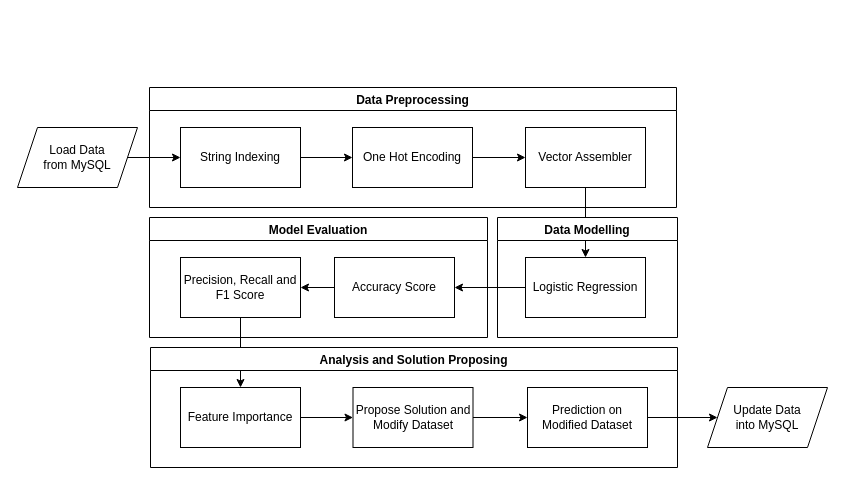
Above: PySpark Pipeline.drawio in onghengkiat/BigDataAssignment2 (draw.io), before the change. Source tidied: cells renumbered, new cells numbered last; positions are measured from the earlier drawing's top-left corner, leaving out a move shared by most shapes. Both pictures are drawn from the tidied source at 100%, with x=0, y=0 at pixel (17, 87).
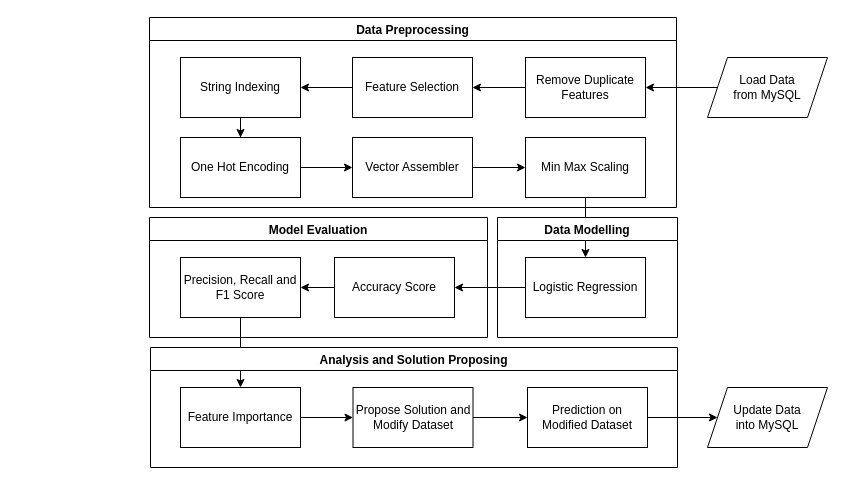
The same page after the edit.

The change refers to these unchanged cells:
```xml
<mxCell id="20" value="Logistic Regression" style="rounded=0;whiteSpace=wrap;html=1;" parent="19" vertex="1">
  <mxGeometry x="28" y="40" width="120" height="60" as="geometry" />
</mxCell>
```

What changed in the source:
```diff
@@
-    <mxCell id="2" style="edgeStyle=orthogonalEdgeStyle;rounded=0;jettySize=auto;html=1;" parent="1" edge="1" source="3" target="6">
-      <mxGeometry relative="1" as="geometry" />
-    </mxCell>
-    <mxCell id="3" value="Load Data&lt;br&gt;from MySQL" style="shape=parallelogram;perimeter=parallelogramPerimeter;whiteSpace=wrap;html=1;fixedSize=1;" parent="1" vertex="1">
-      <mxGeometry y="40" width="120" height="60" as="geometry" />
-    </mxCell>
+    <mxCell id="27" style="edgeStyle=orthogonalEdgeStyle;rounded=0;jettySize=auto;html=1;" parent="1" edge="1" source="29" target="20">
+      <mxGeometry relative="1" as="geometry" />
+    </mxCell>
@@
-    <mxCell id="5" style="edgeStyle=orthogonalEdgeStyle;rounded=0;jettySize=auto;html=1;" parent="1" edge="1" source="6" target="8">
-      <mxGeometry relative="1" as="geometry" />
-    </mxCell>
-    <mxCell id="6" value="String Indexing" style="rounded=0;whiteSpace=wrap;html=1;" parent="1" vertex="1">
-      <mxGeometry x="163" y="40" width="120" height="60" as="geometry" />
-    </mxCell>
-    <mxCell id="7" style="edgeStyle=orthogonalEdgeStyle;rounded=0;jettySize=auto;html=1;" parent="1" edge="1" source="8" target="10">
-      <mxGeometry relative="1" as="geometry" />
-    </mxCell>
-    <mxCell id="8" value="One Hot Encoding" style="rounded=0;whiteSpace=wrap;html=1;" parent="1" vertex="1">
-      <mxGeometry x="335" y="40" width="120" height="60" as="geometry" />
-    </mxCell>
-    <mxCell id="9" style="edgeStyle=orthogonalEdgeStyle;rounded=0;jettySize=auto;html=1;" parent="1" edge="1" source="10" target="20">
-      <mxGeometry relative="1" as="geometry" />
-    </mxCell>
-    <mxCell id="10" value="Vector Assembler" style="rounded=0;whiteSpace=wrap;html=1;" parent="1" vertex="1">
-      <mxGeometry x="508" y="40" width="120" height="60" as="geometry" />
-    </mxCell>
@@
     <mxCell id="18" value="Data Preprocessing" style="swimlane;" parent="1" vertex="1">
-      <mxGeometry x="132" width="527" height="120" as="geometry" />
+      <mxGeometry x="132" y="-70" width="527" height="190" as="geometry" />
     </mxCell>
+    <mxCell id="5" style="edgeStyle=orthogonalEdgeStyle;rounded=0;jettySize=auto;html=1;" parent="18" edge="1" source="6" target="8">
+      <mxGeometry relative="1" as="geometry" />
+    </mxCell>
+    <mxCell id="6" value="String Indexing" style="rounded=0;whiteSpace=wrap;html=1;" parent="18" vertex="1">
+      <mxGeometry x="31" y="40" width="120" height="60" as="geometry" />
+    </mxCell>
+    <mxCell id="7" style="edgeStyle=orthogonalEdgeStyle;rounded=0;jettySize=auto;html=1;" parent="18" edge="1" source="8" target="10">
+      <mxGeometry relative="1" as="geometry" />
+    </mxCell>
+    <mxCell id="8" value="One Hot Encoding" style="rounded=0;whiteSpace=wrap;html=1;" parent="18" vertex="1">
+      <mxGeometry x="31" y="120" width="120" height="60" as="geometry" />
+    </mxCell>
+    <mxCell id="28" style="edgeStyle=orthogonalEdgeStyle;rounded=0;jettySize=auto;html=1;" parent="18" edge="1" source="10" target="29">
+      <mxGeometry relative="1" as="geometry" />
+    </mxCell>
+    <mxCell id="10" value="Vector Assembler" style="rounded=0;whiteSpace=wrap;html=1;" parent="18" vertex="1">
+      <mxGeometry x="203" y="120" width="120" height="60" as="geometry" />
+    </mxCell>
+    <mxCell id="29" value="Min Max Scaling" style="rounded=0;whiteSpace=wrap;html=1;" parent="18" vertex="1">
+      <mxGeometry x="376" y="120" width="120" height="60" as="geometry" />
+    </mxCell>
+    <mxCell id="30" style="edgeStyle=orthogonalEdgeStyle;rounded=0;jettySize=auto;html=1;" parent="18" edge="1" source="31" target="6">
+      <mxGeometry relative="1" as="geometry" />
+    </mxCell>
+    <mxCell id="31" value="Feature Selection" style="rounded=0;whiteSpace=wrap;html=1;" parent="18" vertex="1">
+      <mxGeometry x="203" y="40" width="120" height="60" as="geometry" />
+    </mxCell>
+    <mxCell id="32" style="edgeStyle=orthogonalEdgeStyle;rounded=0;jettySize=auto;html=1;" parent="18" edge="1" source="33" target="31">
+      <mxGeometry relative="1" as="geometry" />
+    </mxCell>
+    <mxCell id="33" value="Remove Duplicate Features" style="rounded=0;whiteSpace=wrap;html=1;" parent="18" vertex="1">
+      <mxGeometry x="376" y="40" width="120" height="60" as="geometry" />
+    </mxCell>
@@
+    <mxCell id="34" style="edgeStyle=orthogonalEdgeStyle;rounded=0;jettySize=auto;html=1;" parent="1" edge="1" source="3" target="33">
+      <mxGeometry relative="1" as="geometry" />
+    </mxCell>
+    <mxCell id="3" value="Load Data&lt;br&gt;from MySQL" style="shape=parallelogram;perimeter=parallelogramPerimeter;whiteSpace=wrap;html=1;fixedSize=1;" parent="1" vertex="1">
+      <mxGeometry x="690" y="-30" width="120" height="60" as="geometry" />
+    </mxCell>
```
